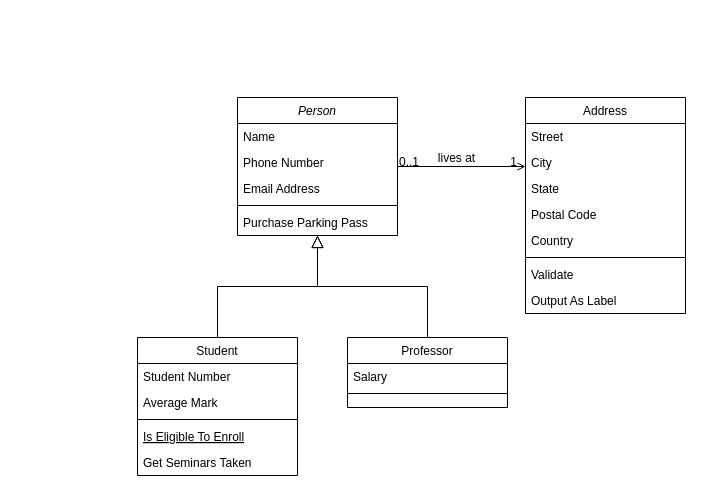
Before: Untitled Diagram.drawio in hlc0216/xml_wr, a draw.io diagram. Source tidied: cells renumbered, new cells numbered last; positions are measured from the earlier drawing's top-left corner, leaving out a move shared by most shapes. Both pictures are drawn from the tidied source at 100%, with x=0, y=0 at pixel (137, 97).
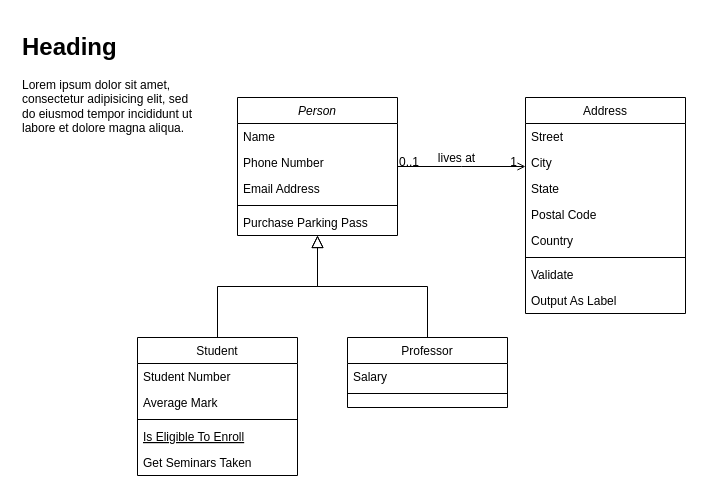
The same page after the edit.

What changed in the source:
```diff
@@
+    <mxCell id="32" value="&lt;h1&gt;Heading&lt;/h1&gt;&lt;p&gt;Lorem ipsum dolor sit amet, consectetur adipisicing elit, sed do eiusmod tempor incididunt ut labore et dolore magna aliqua.&lt;/p&gt;" style="text;html=1;strokeColor=none;fillColor=none;spacing=5;spacingTop=-20;whiteSpace=wrap;overflow=hidden;rounded=0;" parent="1" vertex="1">
+      <mxGeometry x="-120" y="-70" width="190" height="120" as="geometry" />
+    </mxCell>
```
